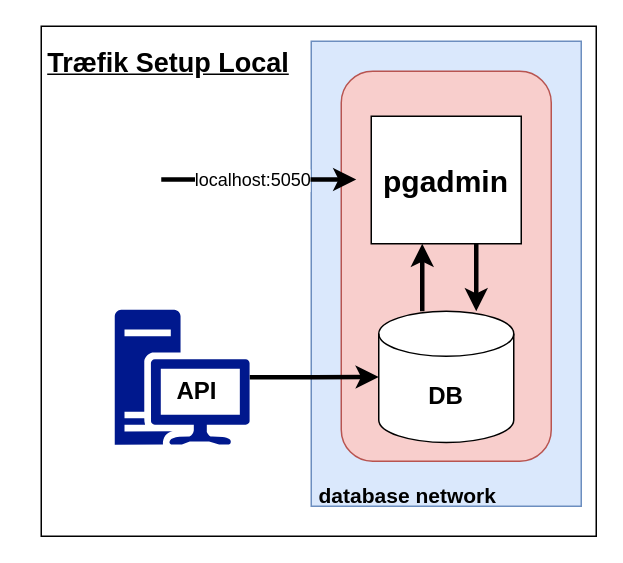
The draw.io diagram utility/3sem-setup-local.drawio in tysker/3sem-traefik-setup-local, before the edit. Source tidied: cells renumbered, new cells numbered last; positions are measured from the earlier drawing's top-left corner, leaving out a move shared by most shapes. Both pictures are drawn from the tidied source at 150%, with x=0, y=0 at pixel (26, 26).
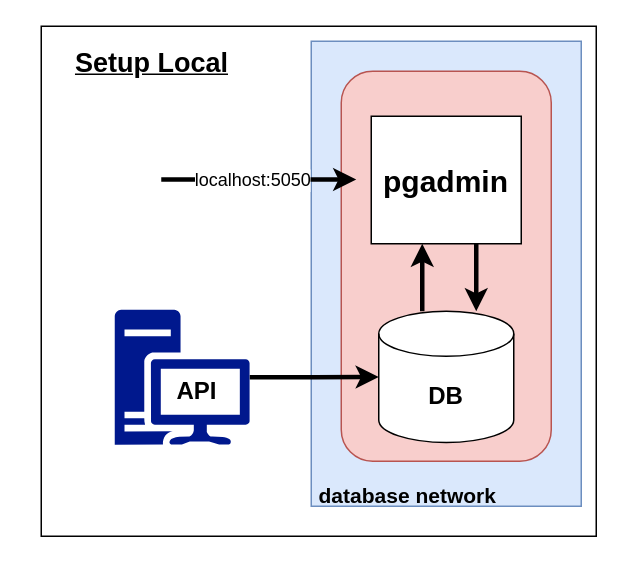
The same page after the edit.

Commit message (it also covers changes not shown here):
made corrections in readme file

Diff of the diagram source:
```diff
@@
-    <mxCell id="10" value="&lt;b&gt;&lt;font style=&quot;font-size: 18px;&quot;&gt;&lt;u&gt;Træfik Setup Local&lt;/u&gt;&lt;/font&gt;&lt;/b&gt;" style="text;html=1;strokeColor=none;fillColor=none;align=center;verticalAlign=middle;whiteSpace=wrap;rounded=0;" parent="1" vertex="1">
-      <mxGeometry y="10" width="190" height="30" as="geometry" />
+    <mxCell id="10" value="&lt;b&gt;&lt;font style=&quot;font-size: 18px;&quot;&gt;&lt;u&gt;Setup Local&lt;/u&gt;&lt;/font&gt;&lt;/b&gt;" style="text;html=1;strokeColor=none;fillColor=none;align=center;verticalAlign=middle;whiteSpace=wrap;rounded=0;" parent="1" vertex="1">
+      <mxGeometry x="19" y="10" width="130" height="30" as="geometry" />
     </mxCell>
```
